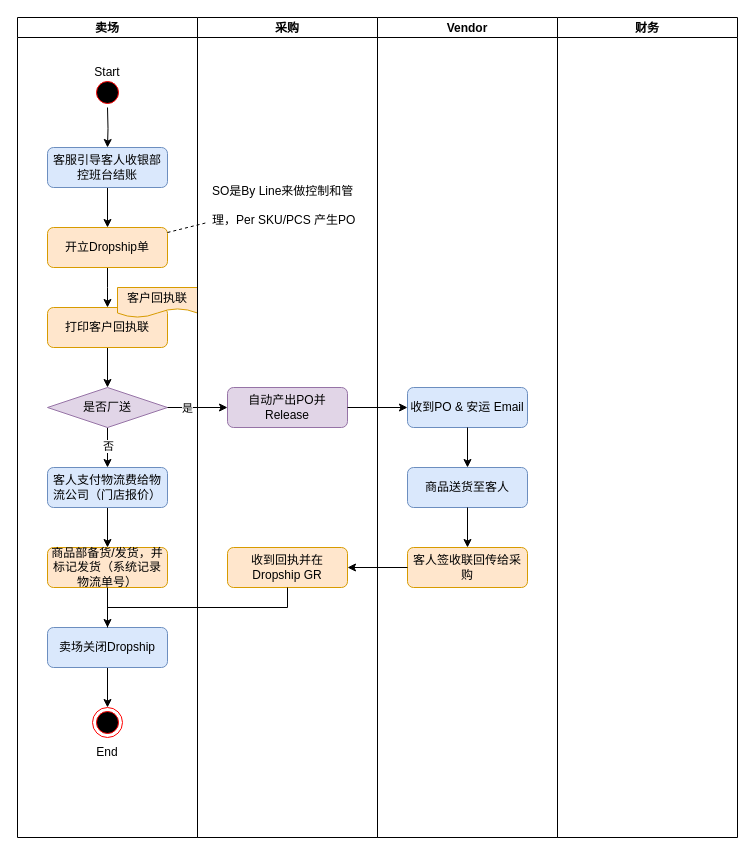
luss613/draw.io keeps this draw.io diagram as page "销售-TOBE" (3 of 8) of Special Order.drawio. Above is the earlier version. Source tidied: cells renumbered, new cells numbered last; positions are measured from the earlier drawing's top-left corner, leaving out a move shared by most shapes. Both pictures are drawn from the tidied source at 100%, with x=0, y=0 at pixel (17, 17).
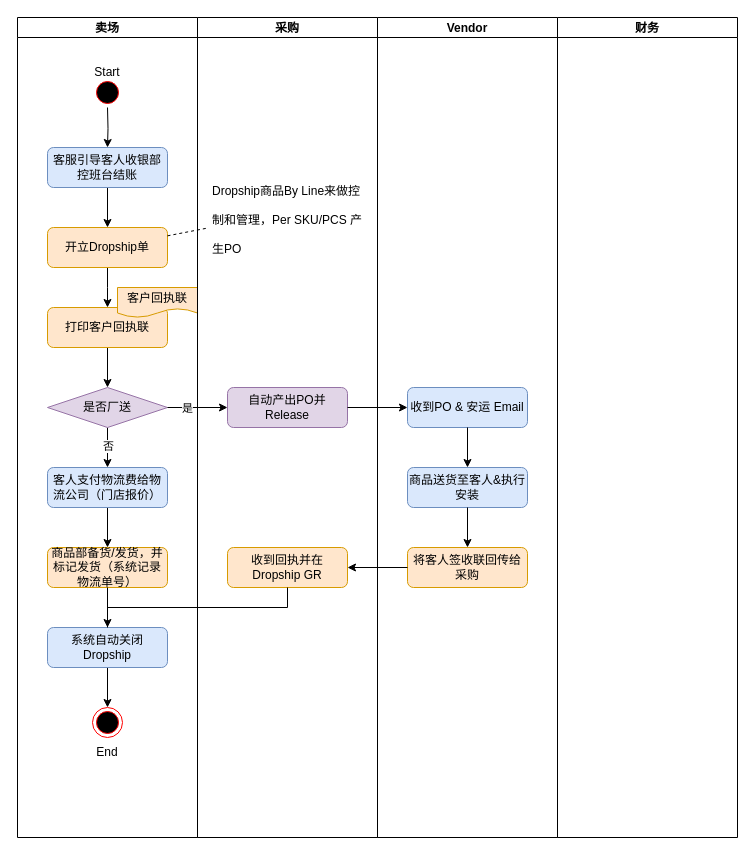
The same page after the edit.

Unchanged cells that the change refers to:
```xml
<mxCell id="2" value="卖场" style="swimlane;startSize=20;" parent="1" vertex="1">
  <mxGeometry width="180" height="820" as="geometry" />
</mxCell>
<mxCell id="23" value="采购" style="swimlane;startSize=20;" parent="1" vertex="1">
  <mxGeometry x="180" width="180" height="820" as="geometry" />
</mxCell>
<mxCell id="27" value="Vendor" style="swimlane;startSize=20;" parent="1" vertex="1">
  <mxGeometry x="360" width="180" height="820" as="geometry" />
</mxCell>
```

Change to the diagram source:
```diff
@@
-    <mxCell id="11" value="商品送货至客人" style="rounded=1;whiteSpace=wrap;html=1;fontSize=12;glass=0;strokeWidth=1;shadow=0;fillColor=#dae8fc;strokeColor=#6c8ebf;" parent="2" vertex="1">
+    <mxCell id="11" value="商品送货至客人&amp;amp;执行安装" style="rounded=1;whiteSpace=wrap;html=1;fontSize=12;glass=0;strokeWidth=1;shadow=0;fillColor=#dae8fc;strokeColor=#6c8ebf;" parent="2" vertex="1">
       <mxGeometry x="390" y="450" width="120" height="40" as="geometry" />
     </mxCell>
@@
-    <mxCell id="25" value="&lt;h1&gt;&lt;span style=&quot;font-size: 12px ; font-weight: normal&quot;&gt;SO是By Line来做控制和管理，Per SKU/PCS 产生PO&lt;/span&gt;&lt;br&gt;&lt;/h1&gt;" style="text;html=1;strokeColor=none;fillColor=none;spacing=5;spacingTop=-20;whiteSpace=wrap;overflow=hidden;rounded=0;" parent="23" vertex="1">
-      <mxGeometry x="10" y="150" width="160" height="70" as="geometry" />
+    <mxCell id="25" value="&lt;h1&gt;&lt;span style=&quot;font-size: 12px ; font-weight: normal&quot;&gt;Dropship商品By Line来做控制和管理，Per SKU/PCS 产生PO&lt;/span&gt;&lt;br&gt;&lt;/h1&gt;" style="text;html=1;strokeColor=none;fillColor=none;spacing=5;spacingTop=-20;whiteSpace=wrap;overflow=hidden;rounded=0;" parent="23" vertex="1">
+      <mxGeometry x="10" y="150" width="160" height="90" as="geometry" />
     </mxCell>
@@
-    <mxCell id="29" value="客人签收联回传给采购" style="rounded=1;whiteSpace=wrap;html=1;fontSize=12;glass=0;strokeWidth=1;shadow=0;fillColor=#ffe6cc;strokeColor=#d79b00;" parent="27" vertex="1">
+    <mxCell id="29" value="将客人签收联回传给采购" style="rounded=1;whiteSpace=wrap;html=1;fontSize=12;glass=0;strokeWidth=1;shadow=0;fillColor=#ffe6cc;strokeColor=#d79b00;" parent="27" vertex="1">
       <mxGeometry x="30" y="530" width="120" height="40" as="geometry" />
     </mxCell>
@@
-    <mxCell id="38" value="卖场关闭Dropship" style="rounded=1;whiteSpace=wrap;html=1;fontSize=12;glass=0;strokeWidth=1;shadow=0;fillColor=#dae8fc;strokeColor=#6c8ebf;" parent="1" vertex="1">
+    <mxCell id="38" value="系统自动关闭Dropship" style="rounded=1;whiteSpace=wrap;html=1;fontSize=12;glass=0;strokeWidth=1;shadow=0;fillColor=#dae8fc;strokeColor=#6c8ebf;" parent="1" vertex="1">
       <mxGeometry x="30" y="610" width="120" height="40" as="geometry" />
     </mxCell>
```
